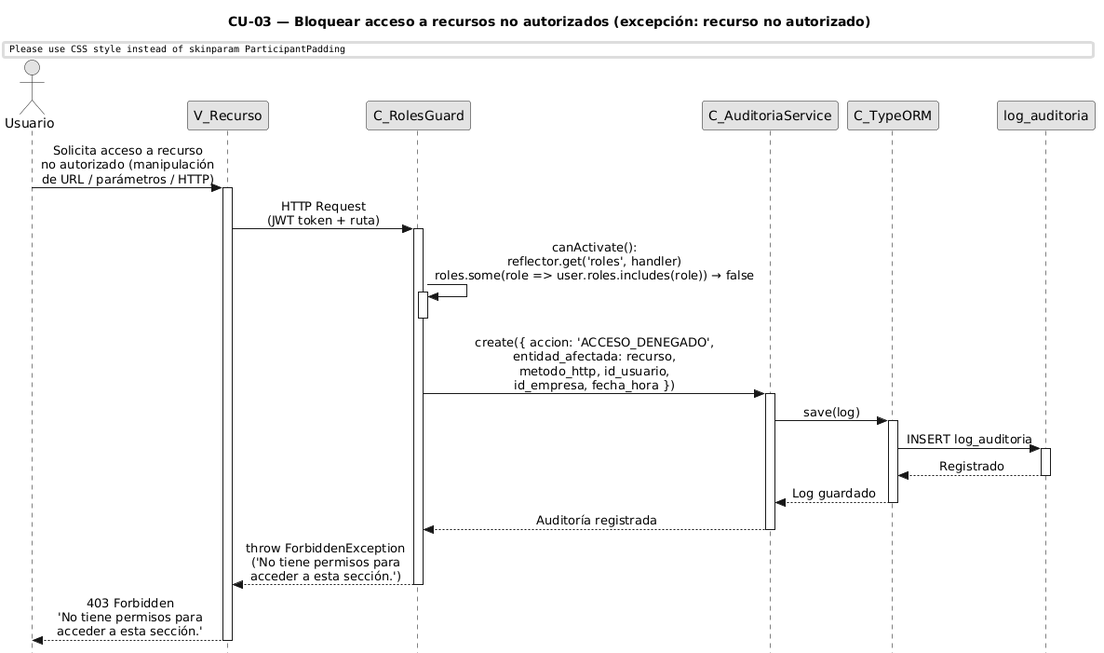
The PlantUML diagram diagramas-secuencia/CU03/CU03-exc-recurso-no-autorizado.png in FSM-Finet-y-Cable-Magico/Team_1-Inventario-y-Bodega, before a commit. Its diagram source:
```plantuml
@startuml
title CU-03 — Bloquear acceso a recursos no autorizados (excepción: recurso no autorizado)

skinparam style strictuml
skinparam monochrome true
skinparam shadowing false
skinparam sequenceMessageAlign center
skinparam ParticipantPadding 70
skinparam ActorPadding 30
skinparam sequence {
  MessageAlign center
  LifeLineBorderColor black
}
hide footbox

actor "Usuario" as user
participant "V_Recurso" as view
participant "C_RolesGuard" as guard
participant "C_AuditoriaService" as aud
participant "C_TypeORM" as orm
participant "log_auditoria" as aent

user -> view : Solicita acceso a recurso\nno autorizado (manipulación\nde URL / parámetros / HTTP)
activate view

view -> guard : HTTP Request\n(JWT token + ruta)
activate guard

guard -> guard : canActivate():\nreflector.get('roles', handler)\nroles.some(role => user.roles.includes(role)) → false
activate guard
deactivate guard

guard -> aud : create({ accion: 'ACCESO_DENEGADO',\nentidad_afectada: recurso,\nmetodo_http, id_usuario,\nid_empresa, fecha_hora })
activate aud

aud -> orm : save(log)
activate orm

orm -> aent : INSERT log_auditoria
activate aent
aent --> orm : Registrado
deactivate aent

orm --> aud : Log guardado
deactivate orm

aud --> guard : Auditoría registrada
deactivate aud

guard --> view : throw ForbiddenException\n('No tiene permisos para\nacceder a esta sección.')
deactivate guard

view --> user : 403 Forbidden\n'No tiene permisos para\nacceder a esta sección.'
deactivate view
@enduml
```
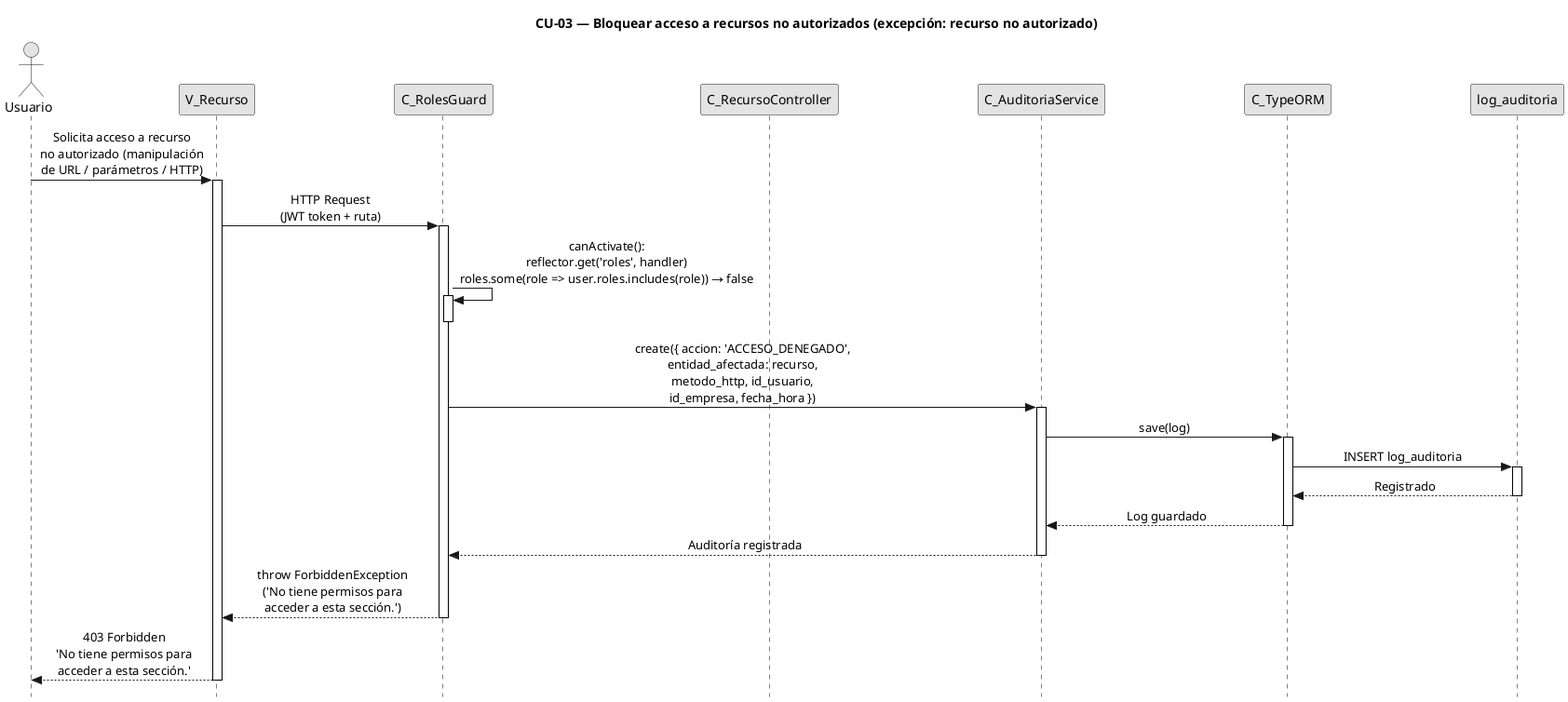
The same diagram one commit later.

The edit, as a diff of the source:
```diff
@@ -1,4 +1,4 @@
-@startuml
+@startuml CU03-exc-recurso-no-autorizado
 title CU-03 — Bloquear acceso a recursos no autorizados (excepción: recurso no autorizado)
 
 skinparam style strictuml
@@ -16,6 +16,7 @@
 actor "Usuario" as user
 participant "V_Recurso" as view
 participant "C_RolesGuard" as guard
+participant "C_RecursoController" as ctrl
 participant "C_AuditoriaService" as aud
 participant "C_TypeORM" as orm
 participant "log_auditoria" as aent
@@ -52,4 +53,5 @@
 
 view --> user : 403 Forbidden\n'No tiene permisos para\nacceder a esta sección.'
 deactivate view
+
 @enduml
```
